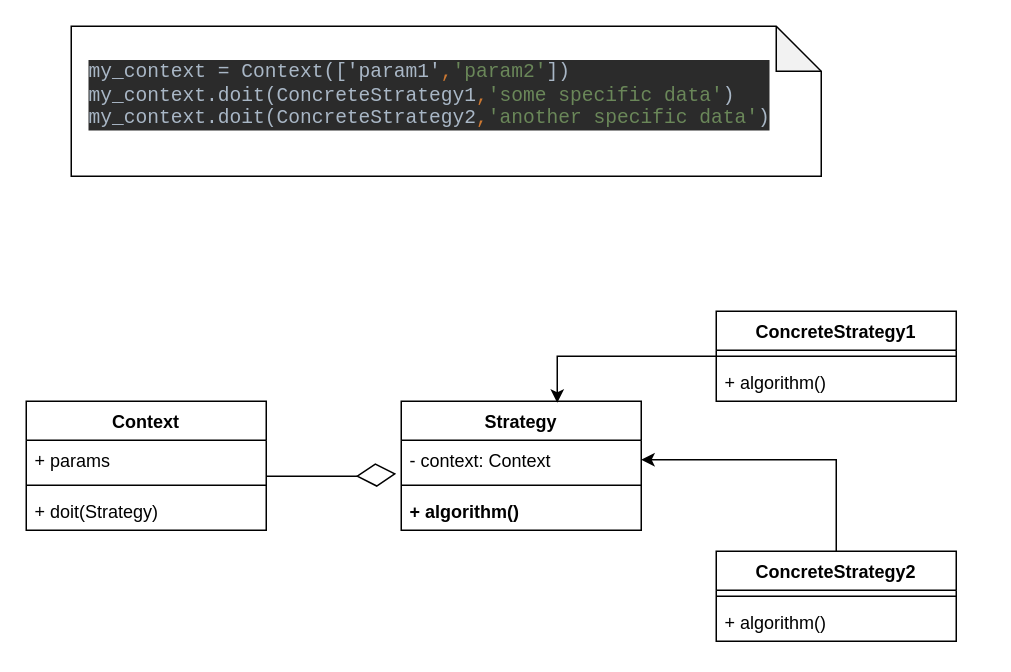
ElenaShargina/patterns keeps this draw.io diagram as img/strategy.drawio. Above is the earlier version. Source tidied: cells renumbered, new cells numbered last; positions are measured from the earlier drawing's top-left corner, leaving out a move shared by most shapes. Both pictures are drawn from the tidied source at 150%, with x=0, y=0 at pixel (26, 26).
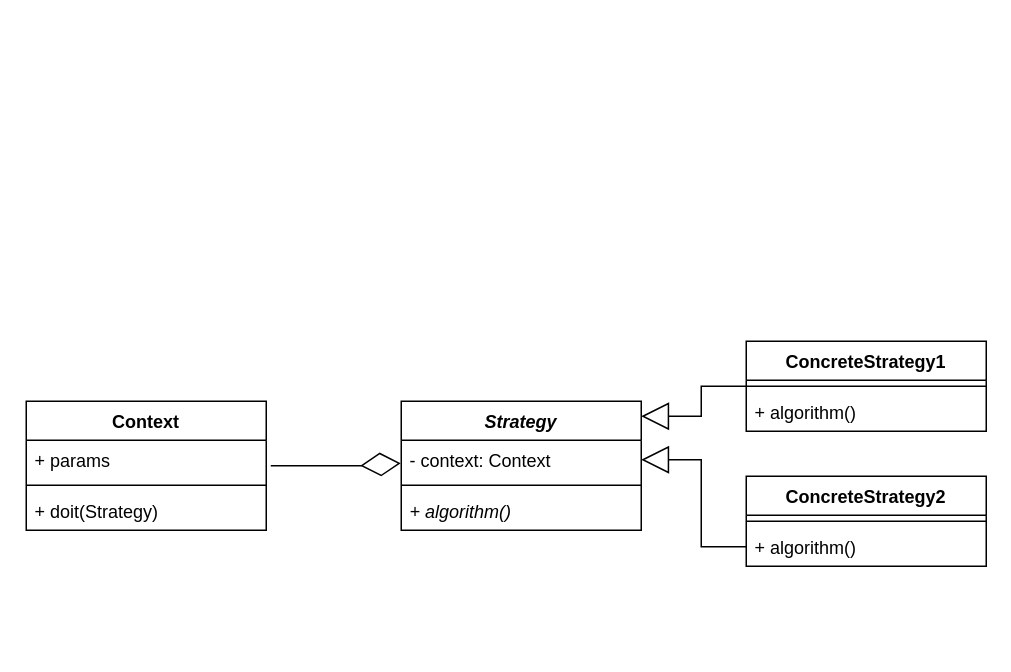
Above is the later version.

Unchanged cells that the change refers to:
```xml
<mxCell id="7" value="- context: Context" style="text;strokeColor=none;fillColor=none;align=left;verticalAlign=top;spacingLeft=4;spacingRight=4;overflow=hidden;points=[[0,0.5],[1,0.5]];portConstraint=eastwest;" parent="6" vertex="1">
  <mxGeometry y="26" width="160" height="26" as="geometry" />
</mxCell>
<mxCell id="17" value="+ algorithm()" style="text;strokeColor=none;fillColor=none;align=left;verticalAlign=top;spacingLeft=4;spacingRight=4;overflow=hidden;points=[[0,0.5],[1,0.5]];portConstraint=eastwest;fontStyle=0;" parent="15" vertex="1">
  <mxGeometry y="34" width="160" height="26" as="geometry" />
</mxCell>
```

Change to the diagram source:
```diff
@@
-    <mxCell id="6" value="Strategy" style="swimlane;fontStyle=1;align=center;verticalAlign=top;horizontal=1;startSize=26;" parent="1" vertex="1">
+    <mxCell id="6" value="Strategy" style="swimlane;fontStyle=3;align=center;verticalAlign=top;horizontal=1;startSize=26;" parent="1" vertex="1">
       <mxGeometry x="250" y="250" width="160" height="86" as="geometry" />
     </mxCell>
@@
-    <mxCell id="9" value="+ algorithm()" style="text;strokeColor=none;fillColor=none;align=left;verticalAlign=top;spacingLeft=4;spacingRight=4;overflow=hidden;fontStyle=1;" parent="6" vertex="1">
+    <mxCell id="9" value="+ algorithm()" style="text;strokeColor=none;fillColor=none;align=left;verticalAlign=top;spacingLeft=4;spacingRight=4;overflow=hidden;fontStyle=2;" parent="6" vertex="1">
       <mxGeometry y="60" width="160" height="26" as="geometry" />
     </mxCell>
-    <mxCell id="10" style="edgeStyle=orthogonalEdgeStyle;rounded=0;jettySize=auto;html=1;entryX=0.65;entryY=0.012;entryDx=0;entryDy=0;entryPerimeter=0;" parent="1" edge="1" source="11" target="6">
+    <mxCell id="10" style="edgeStyle=orthogonalEdgeStyle;rounded=0;jettySize=auto;html=1;entryX=1;entryY=0.116;entryDx=0;entryDy=0;entryPerimeter=0;endArrow=block;endFill=0;endSize=16;" parent="1" edge="1" source="11" target="6">
       <mxGeometry relative="1" as="geometry" />
     </mxCell>
     <mxCell id="11" value="ConcreteStrategy1" style="swimlane;fontStyle=1;align=center;verticalAlign=top;horizontal=1;startSize=26;" parent="1" vertex="1">
-      <mxGeometry x="460" y="190" width="160" height="60" as="geometry" />
+      <mxGeometry x="480" y="210" width="160" height="60" as="geometry" />
     </mxCell>
@@
-    <mxCell id="14" style="edgeStyle=orthogonalEdgeStyle;rounded=0;jettySize=auto;html=1;entryX=1;entryY=0.5;entryDx=0;entryDy=0;" parent="1" edge="1" source="15" target="7">
-      <mxGeometry relative="1" as="geometry" />
-    </mxCell>
     <mxCell id="15" value="ConcreteStrategy2" style="swimlane;fontStyle=1;align=center;verticalAlign=top;horizontal=1;startSize=26;" parent="1" vertex="1">
-      <mxGeometry x="460" y="350" width="160" height="60" as="geometry" />
+      <mxGeometry x="480" y="300" width="160" height="60" as="geometry" />
     </mxCell>
@@
-    <mxCell id="18" style="endArrow=diamondThin;endFill=0;endSize=24;html=1;rounded=0;entryX=-0.021;entryY=0.859;entryDx=0;entryDy=0;entryPerimeter=0;" parent="1" edge="1" target="7">
+    <mxCell id="18" style="endArrow=diamondThin;endFill=0;endSize=24;html=1;rounded=0;entryX=-0.021;entryY=0.859;entryDx=0;entryDy=0;entryPerimeter=0;" parent="1" edge="1">
       <mxGeometry relative="1" as="geometry">
-        <mxPoint x="160" y="300" as="sourcePoint" />
+        <mxPoint x="163" y="293" as="sourcePoint" />
+        <mxPoint x="249.6" y="291.3" as="targetPoint" />
         <Array as="points">
-          <mxPoint x="220" y="300" />
+          <mxPoint x="223" y="293" />
         </Array>
       </mxGeometry>
     </mxCell>
-    <mxCell id="19" style="group;" parent="1" vertex="1">
-      <mxGeometry x="30" width="500" height="100" as="geometry" />
-    </mxCell>
-    <mxCell id="20" style="shape=note;whiteSpace=wrap;html=1;backgroundOutline=1;darkOpacity=0.05;" parent="19" vertex="1">
-      <mxGeometry width="500" height="100" as="geometry" />
-    </mxCell>
-    <mxCell id="21" value="&lt;pre style=&quot;background-color:#2b2b2b;color:#a9b7c6;font-family:'JetBrains Mono',monospace;font-size:9.8pt;&quot;&gt;my_context = Context(['param1'&lt;span style=&quot;color:#cc7832;&quot;&gt;,&lt;/span&gt;&lt;span style=&quot;color:#6a8759;&quot;&gt;'param2'&lt;/span&gt;])&lt;br&gt;my_context.doit(ConcreteStrategy1&lt;span style=&quot;color:#cc7832;&quot;&gt;,&lt;/span&gt;&lt;span style=&quot;color:#6a8759;&quot;&gt;'some specific data'&lt;/span&gt;)&lt;br&gt;my_context.doit(ConcreteStrategy2&lt;span style=&quot;color:#cc7832;&quot;&gt;,&lt;/span&gt;&lt;span style=&quot;color:#6a8759;&quot;&gt;'another specific data'&lt;/span&gt;)&lt;/pre&gt;" style="text;html=1;strokeColor=none;fillColor=none;align=left;verticalAlign=middle;whiteSpace=wrap;rounded=0;" parent="19" vertex="1">
-      <mxGeometry x="10" y="10" width="180" height="72" as="geometry" />
-    </mxCell>
+    <mxCell id="22" style="edgeStyle=orthogonalEdgeStyle;rounded=0;jettySize=auto;html=1;endArrow=block;endFill=0;endSize=16;" parent="1" edge="1" source="17" target="7">
+      <mxGeometry relative="1" as="geometry" />
+    </mxCell>
```
